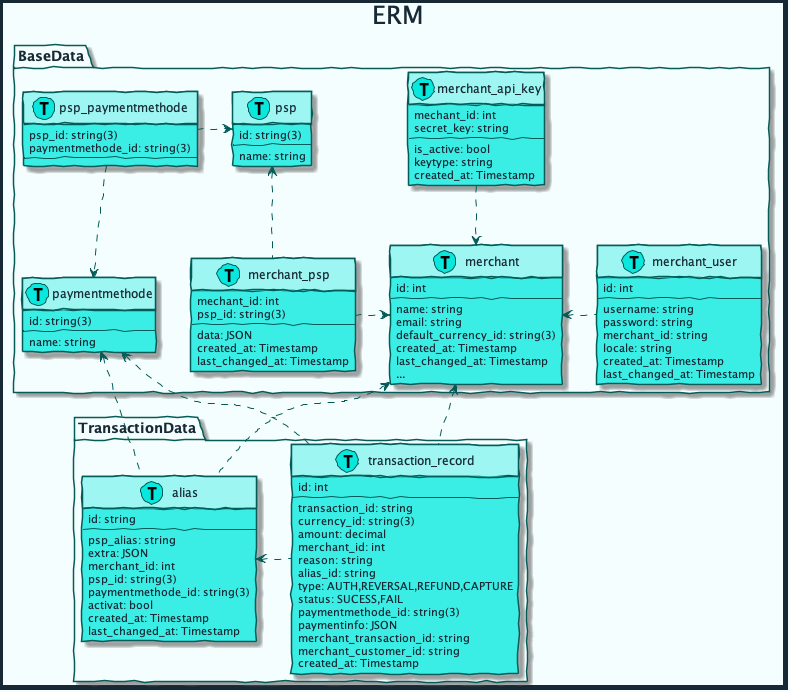
mobilabsolutions/stash-sdk-wiki keeps this PlantUML diagram as diagrams/out/erm.png. Above is the earlier version.
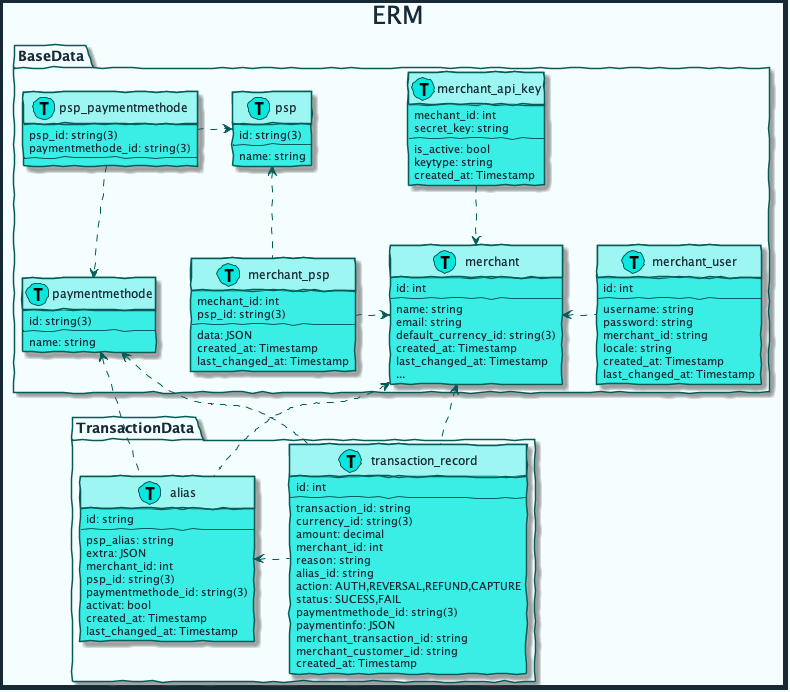
After the commit.

What changed in the source:
```diff
@@ -137,7 +137,7 @@
         merchant_id: int
         reason: string
         alias_id: string
-        type: AUTH,REVERSAL,REFUND,CAPTURE
+        action: AUTH,REVERSAL,REFUND,CAPTURE
         status: SUCESS,FAIL
         paymentmethode_id: string(3)
         paymentinfo: JSON
```
